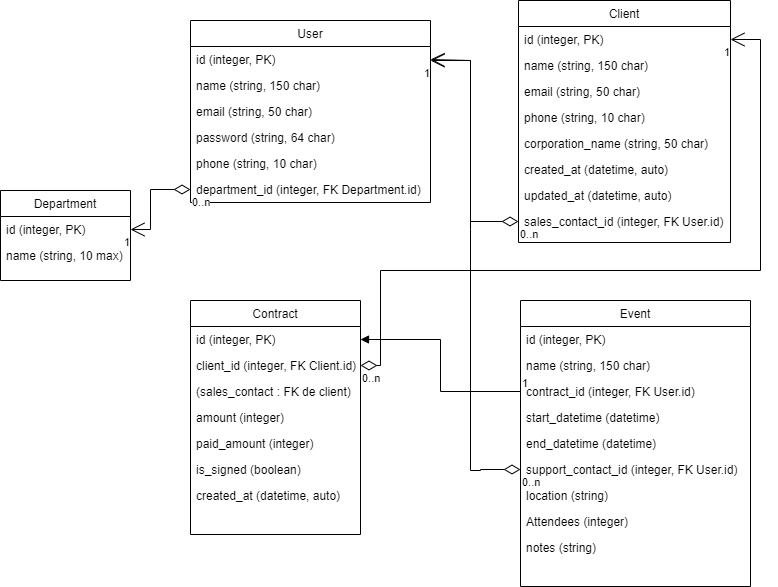
Before: docs/P12-entites.drawio.png, a diagram exported from draw.io (morganprieur/backend_python_sql). Source tidied: cells renumbered, new cells last; positions are measured from the earlier drawing's top-left corner, leaving out a move shared by most shapes.
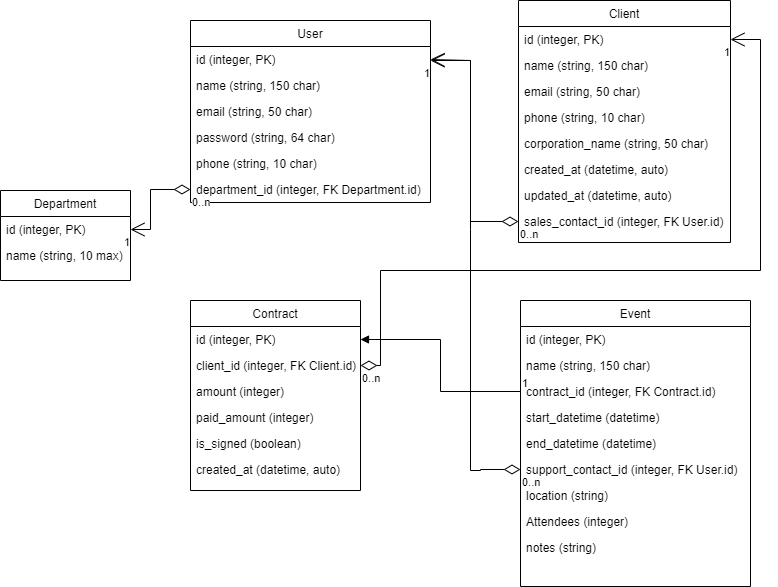
Later version of the same file.

Commit message:
Corrected DB schema.

The edit, as a diff of the source:
```diff
@@ -24,7 +24,7 @@
       <mxGeometry y="156" width="240" height="26" as="geometry" />
     </mxCell>
     <mxCell id="9" value="Contract" style="swimlane;fontStyle=0;align=center;verticalAlign=top;horizontal=1;startSize=26;rounded=0;shadow=0;strokeWidth=1;" parent="1" vertex="1">
-      <mxGeometry x="190" y="300" width="170" height="234" as="geometry" />
+      <mxGeometry x="190" y="300" width="170" height="190" as="geometry" />
     </mxCell>
     <mxCell id="10" value="id (integer, PK)" style="text;align=left;verticalAlign=top;spacingLeft=4;spacingRight=4;overflow=hidden;points=[[0,0.5],[1,0.5]];portConstraint=eastwest;" parent="9" vertex="1">
       <mxGeometry y="26" width="170" height="26" as="geometry" />
@@ -32,20 +32,17 @@
     <mxCell id="11" value="client_id (integer, FK Client.id)" style="text;align=left;verticalAlign=top;spacingLeft=4;spacingRight=4;overflow=hidden;points=[[0,0.5],[1,0.5]];portConstraint=eastwest;rounded=0;shadow=0;html=0;" parent="9" vertex="1">
       <mxGeometry y="52" width="170" height="26" as="geometry" />
     </mxCell>
-    <mxCell id="12" value="(sales_contact : FK de client)" style="text;align=left;verticalAlign=top;spacingLeft=4;spacingRight=4;overflow=hidden;fontStyle=0;" parent="9" vertex="1">
-      <mxGeometry y="78" width="170" height="26" as="geometry" />
-    </mxCell>
     <mxCell id="13" value="amount (integer)" style="text;align=left;verticalAlign=top;spacingLeft=4;spacingRight=4;overflow=hidden;" parent="9" vertex="1">
-      <mxGeometry y="104" width="170" height="26" as="geometry" />
+      <mxGeometry y="78" width="170" height="26" as="geometry" />
     </mxCell>
     <mxCell id="14" value="paid_amount (integer)" style="text;align=left;verticalAlign=top;spacingLeft=4;spacingRight=4;overflow=hidden;" parent="9" vertex="1">
-      <mxGeometry y="130" width="170" height="26" as="geometry" />
+      <mxGeometry y="104" width="170" height="26" as="geometry" />
     </mxCell>
     <mxCell id="15" value="is_signed (boolean)" style="text;align=left;verticalAlign=top;spacingLeft=4;spacingRight=4;overflow=hidden;" parent="9" vertex="1">
-      <mxGeometry y="156" width="170" height="26" as="geometry" />
+      <mxGeometry y="130" width="170" height="26" as="geometry" />
     </mxCell>
     <mxCell id="16" value="created_at (datetime, auto)" style="text;align=left;verticalAlign=top;spacingLeft=4;spacingRight=4;overflow=hidden;" parent="9" vertex="1">
-      <mxGeometry y="182" width="170" height="26" as="geometry" />
+      <mxGeometry y="156" width="170" height="26" as="geometry" />
     </mxCell>
     <mxCell id="17" value="Event" style="swimlane;fontStyle=0;align=center;verticalAlign=top;horizontal=1;startSize=26;rounded=0;shadow=0;strokeWidth=1;" parent="1" vertex="1">
       <mxGeometry x="520" y="300" width="230" height="286" as="geometry" />
@@ -56,7 +53,7 @@
     <mxCell id="19" value="name (string, 150 char)" style="text;align=left;verticalAlign=top;spacingLeft=4;spacingRight=4;overflow=hidden;" parent="17" vertex="1">
       <mxGeometry y="52" width="230" height="26" as="geometry" />
     </mxCell>
-    <mxCell id="20" value="contract_id (integer, FK User.id)" style="text;align=left;verticalAlign=top;spacingLeft=4;spacingRight=4;overflow=hidden;points=[[0,0.5],[1,0.5]];portConstraint=eastwest;" parent="17" vertex="1">
+    <mxCell id="20" value="contract_id (integer, FK Contract.id)" style="text;align=left;verticalAlign=top;spacingLeft=4;spacingRight=4;overflow=hidden;points=[[0,0.5],[1,0.5]];portConstraint=eastwest;" parent="17" vertex="1">
       <mxGeometry y="78" width="230" height="26" as="geometry" />
     </mxCell>
     <mxCell id="21" value="start_datetime (datetime)" style="text;align=left;verticalAlign=top;spacingLeft=4;spacingRight=4;overflow=hidden;" parent="17" vertex="1">
```
